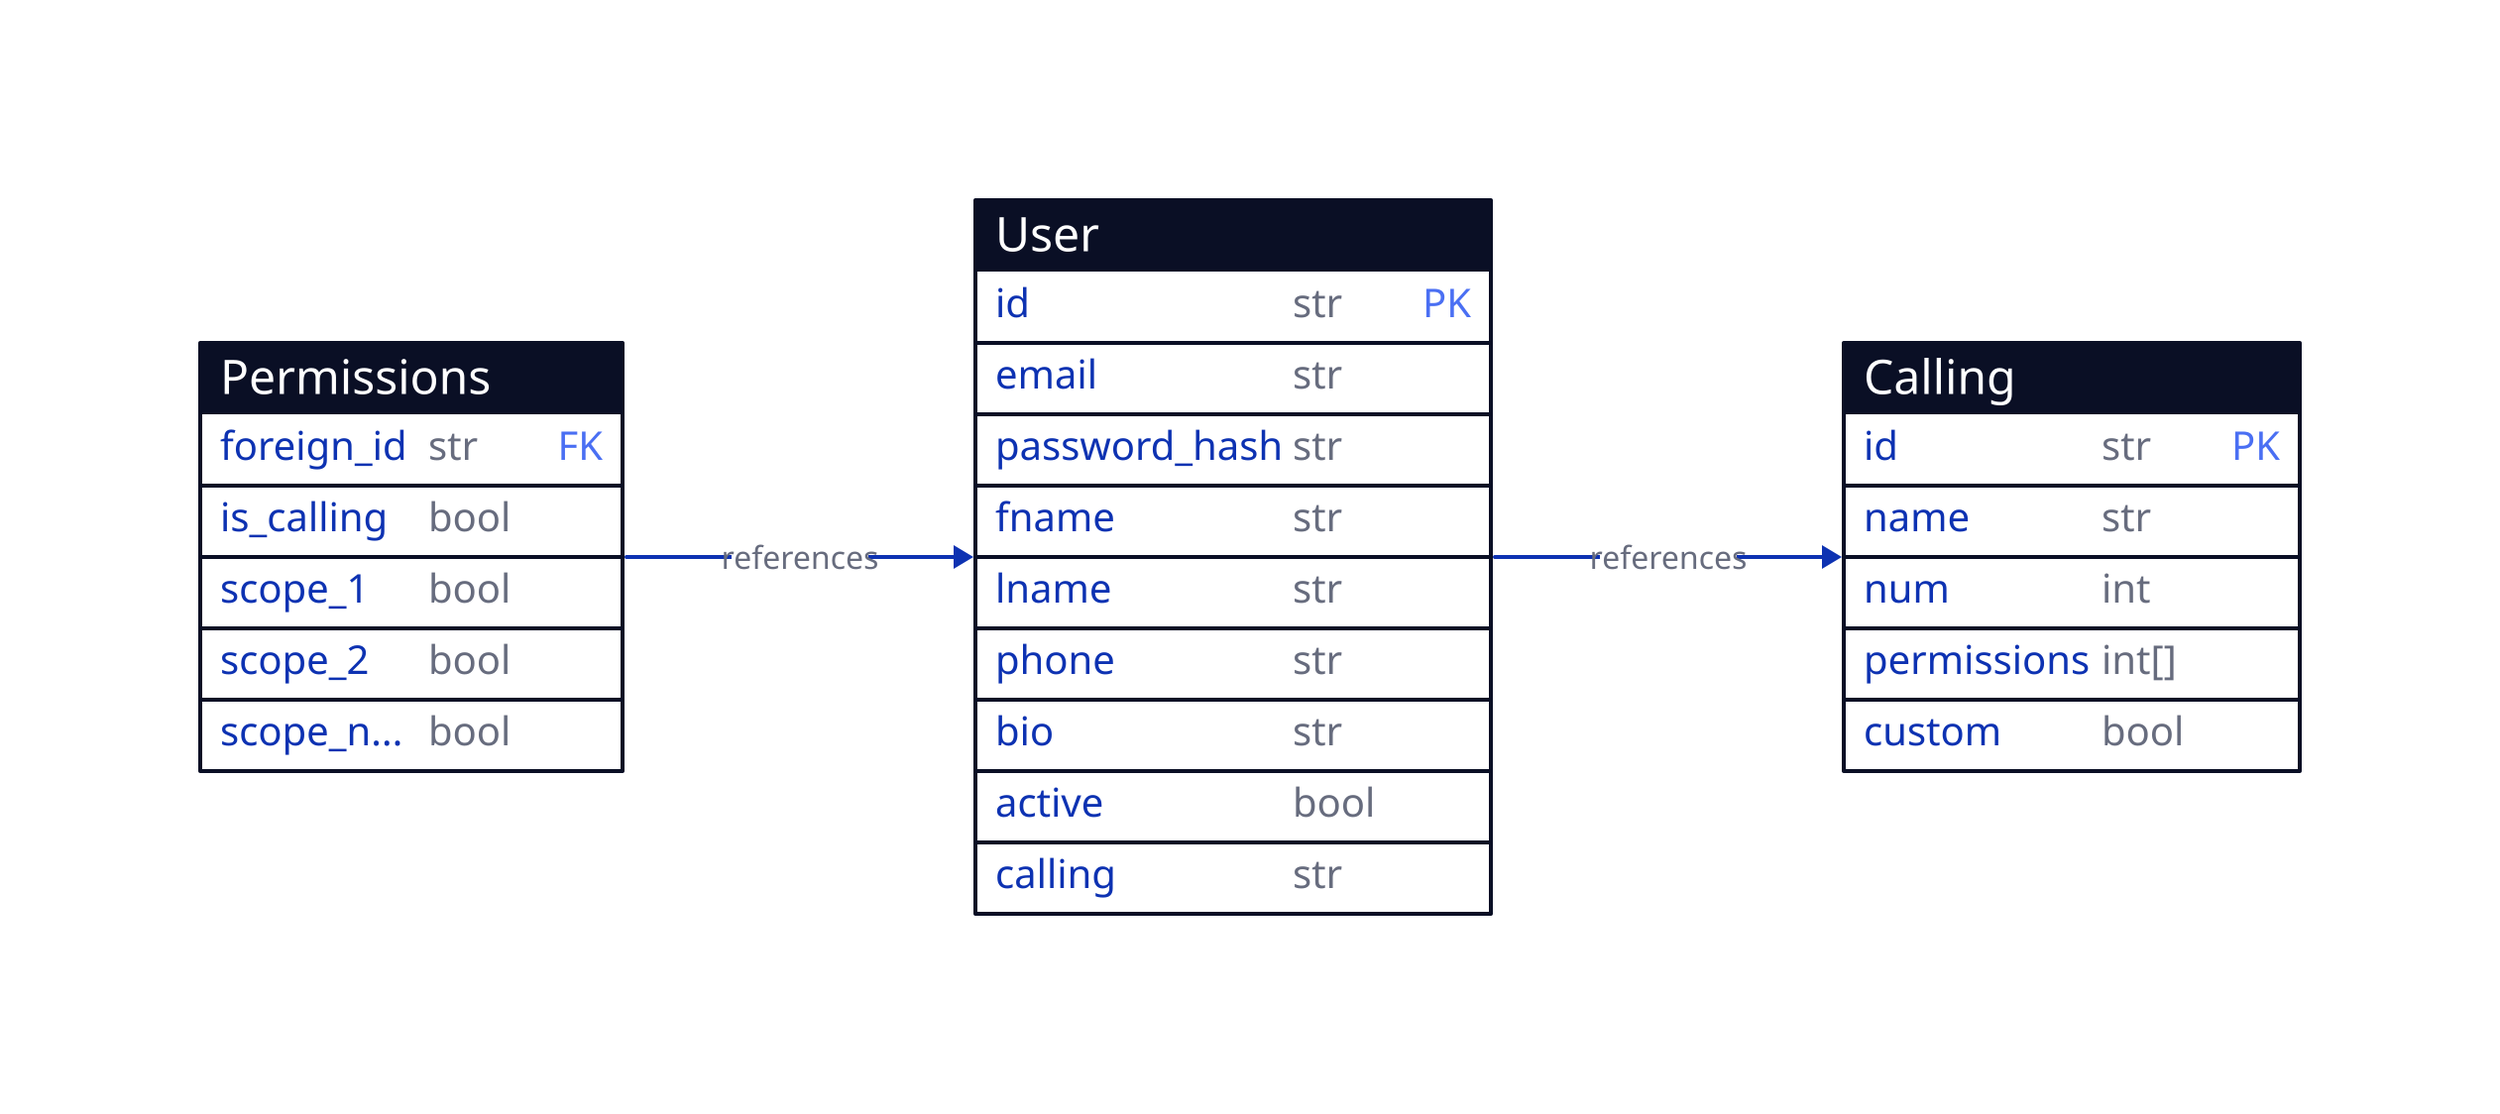
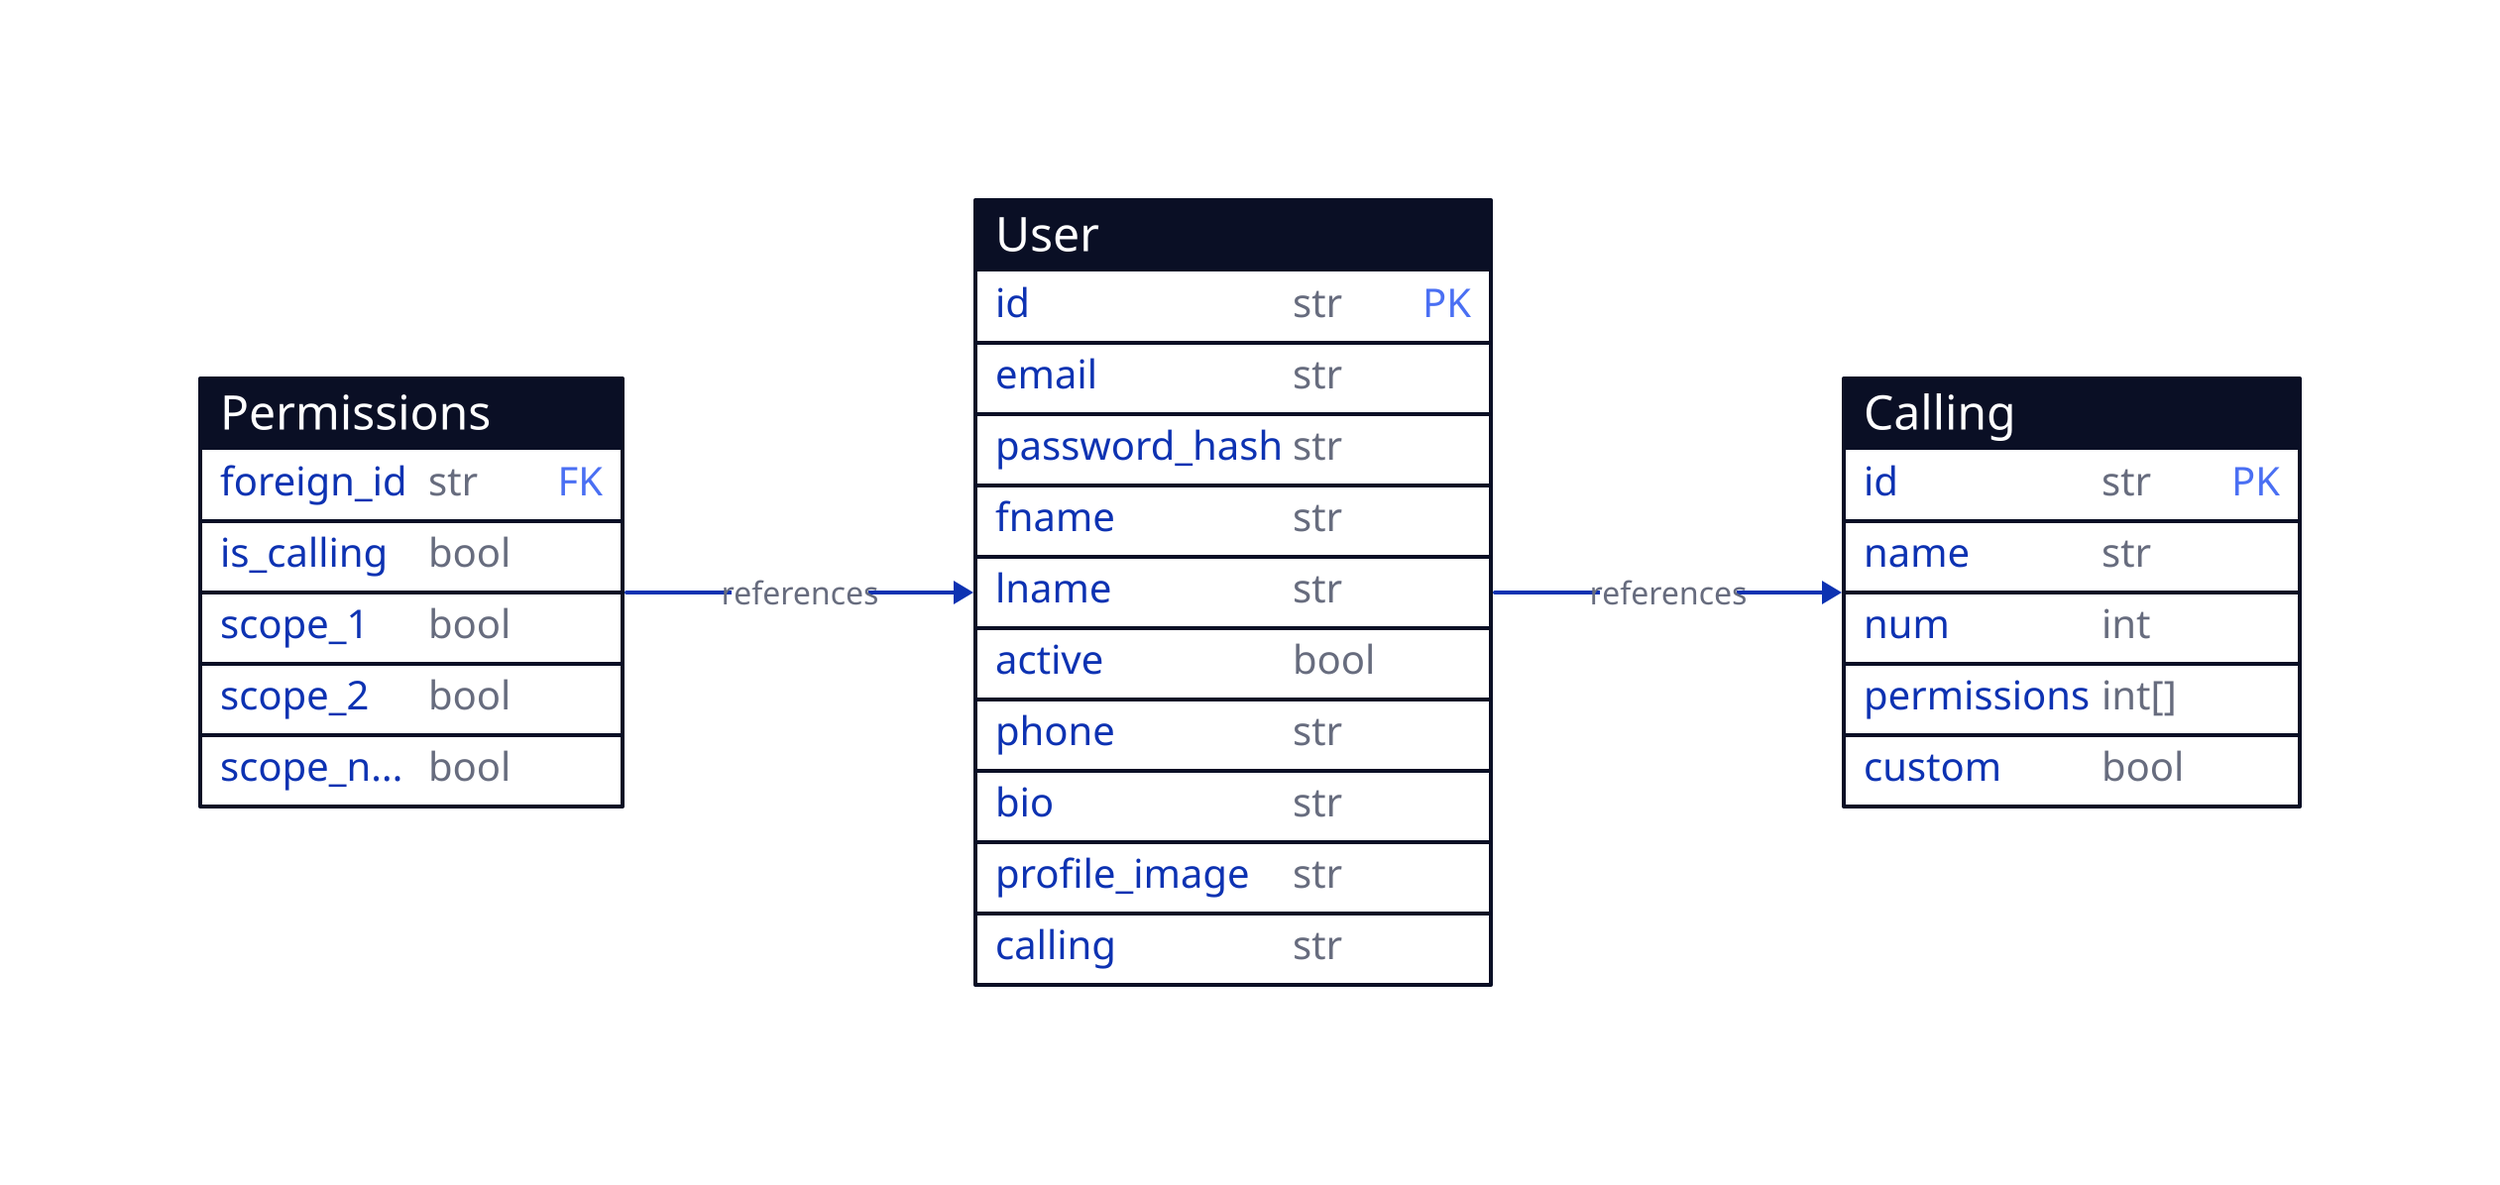
direction: right

User: {
  shape: sql_table
  id: str {constraint: primary_key}
  email: str
  password_hash: str
  fname: str
  lname: str
+   active: bool
  phone: str
  bio: str
-   active: bool
+   profile_image: str
  calling: str
}

Calling: {
  shape: sql_table
  id: str {constraint: primary_key}
  name: str
  num: int
  permissions: "int[]"
  custom: bool
}

Permissions: {
  shape: sql_table
  foreign_id: str {constraint: foreign_key}
  is_calling: bool
  scope_1: bool
  scope_2: bool
  "scope_n...": bool
}

# Relationships based on common fields
User.calling -> Calling.id : "references"
Permissions.foreign_id -> User.id : "references"